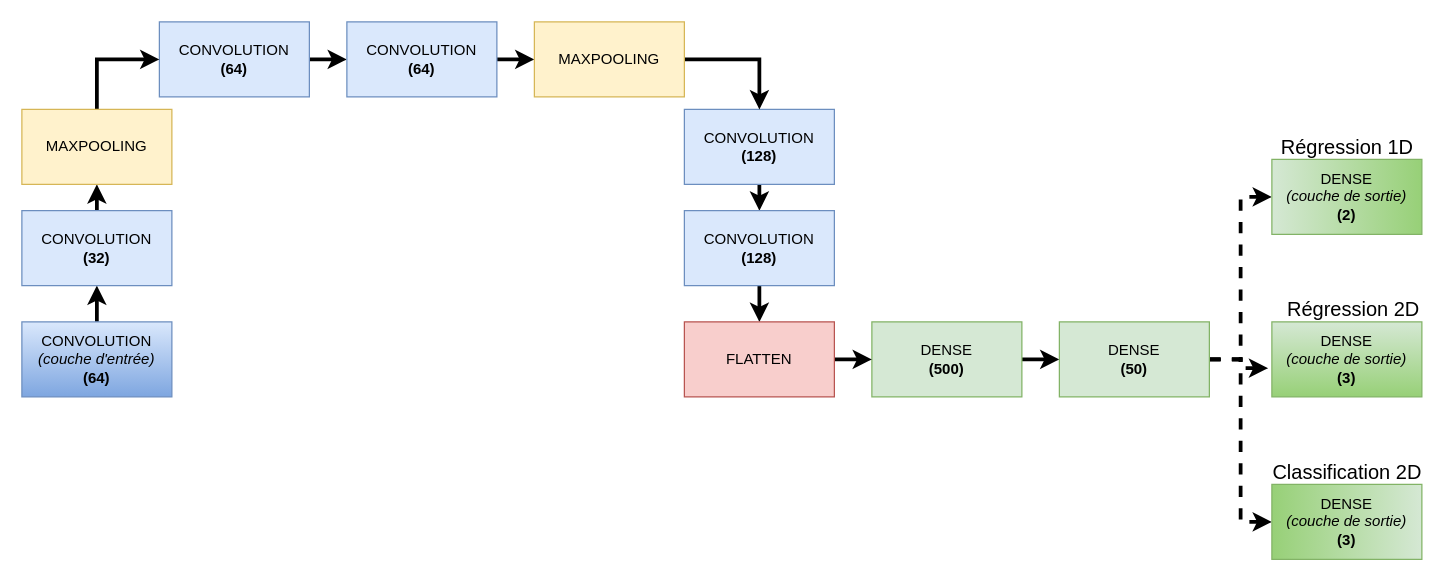
The draw.io diagram page "Page-1" (1 of 2) of doc/presentation/Figures/DRNNVert2.drawio in ddrous/projet-inverse-2d, before the edit. Source tidied: cells renumbered, new cells numbered last; positions are measured from the earlier drawing's top-left corner, leaving out a move shared by most shapes. Both pictures are drawn from the tidied source at 125%, with x=0, y=0 at pixel (21, 21).
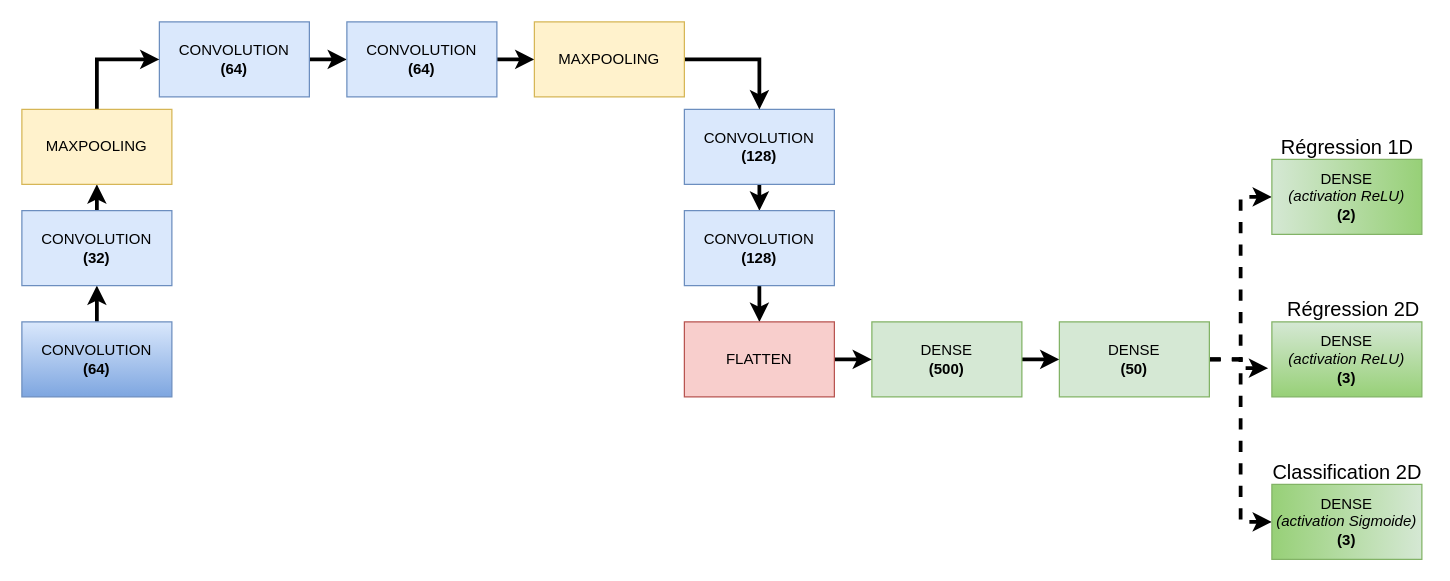
After the change.

Change to the diagram source:
```diff
@@
-    <mxCell id="3" value="&lt;font face=&quot;Iwona&quot;&gt;CONVOLUTION&lt;br&gt;&lt;i&gt;(couche d'entrée)&lt;/i&gt;&lt;br&gt;&lt;b&gt;(64)&lt;/b&gt;&lt;br&gt;&lt;/font&gt;" style="rounded=0;whiteSpace=wrap;html=1;rotation=0;fillColor=#dae8fc;strokeColor=#6c8ebf;gradientColor=#7ea6e0;" parent="1" vertex="1">
+    <mxCell id="3" value="&lt;font face=&quot;Iwona&quot;&gt;CONVOLUTION&lt;br&gt;&lt;b&gt;(64)&lt;/b&gt;&lt;br&gt;&lt;/font&gt;" style="rounded=0;whiteSpace=wrap;html=1;rotation=0;fillColor=#dae8fc;strokeColor=#6c8ebf;gradientColor=#7ea6e0;" parent="1" vertex="1">
       <mxGeometry y="240" width="120" height="60" as="geometry" />
     </mxCell>
@@
-    <mxCell id="22" value="&lt;font face=&quot;Iwona&quot;&gt;DENSE&lt;br&gt;&lt;i&gt;(couche de sortie)&lt;br&gt;&lt;/i&gt;&lt;/font&gt;&lt;b style=&quot;font-family: &amp;#34;iwona&amp;#34;&quot;&gt;(2)&lt;/b&gt;&lt;font face=&quot;Iwona&quot;&gt;&lt;i&gt;&lt;br&gt;&lt;/i&gt;&lt;/font&gt;" style="rounded=0;whiteSpace=wrap;html=1;rotation=0;fillColor=#d5e8d4;strokeColor=#82b366;gradientColor=#97d077;gradientDirection=east;" parent="1" vertex="1">
+    <mxCell id="22" value="&lt;font face=&quot;Iwona&quot;&gt;DENSE&lt;br&gt;&lt;i&gt;(activation ReLU)&lt;br&gt;&lt;/i&gt;&lt;/font&gt;&lt;b style=&quot;font-family: &amp;#34;iwona&amp;#34;&quot;&gt;(2)&lt;/b&gt;&lt;font face=&quot;Iwona&quot;&gt;&lt;i&gt;&lt;br&gt;&lt;/i&gt;&lt;/font&gt;" style="rounded=0;whiteSpace=wrap;html=1;rotation=0;fillColor=#d5e8d4;strokeColor=#82b366;gradientColor=#97d077;gradientDirection=east;" parent="1" vertex="1">
       <mxGeometry x="1000" y="110" width="120" height="60" as="geometry" />
     </mxCell>
@@
-    <mxCell id="27" value="&lt;font face=&quot;Iwona&quot;&gt;DENSE&lt;br&gt;&lt;i&gt;(couche de sortie)&lt;br&gt;&lt;/i&gt;&lt;/font&gt;&lt;b style=&quot;font-family: &amp;#34;iwona&amp;#34;&quot;&gt;(3)&lt;/b&gt;&lt;font face=&quot;Iwona&quot;&gt;&lt;i&gt;&lt;br&gt;&lt;/i&gt;&lt;/font&gt;" style="rounded=0;whiteSpace=wrap;html=1;rotation=0;fillColor=#d5e8d4;strokeColor=#82b366;gradientColor=#97d077;" parent="1" vertex="1">
+    <mxCell id="27" value="&lt;font face=&quot;Iwona&quot;&gt;DENSE&lt;br&gt;&lt;/font&gt;&lt;i style=&quot;font-family: &amp;#34;iwona&amp;#34;&quot;&gt;(activation ReLU)&lt;/i&gt;&lt;font face=&quot;Iwona&quot;&gt;&lt;i&gt;&lt;br&gt;&lt;/i&gt;&lt;/font&gt;&lt;b style=&quot;font-family: &amp;#34;iwona&amp;#34;&quot;&gt;(3)&lt;/b&gt;&lt;font face=&quot;Iwona&quot;&gt;&lt;i&gt;&lt;br&gt;&lt;/i&gt;&lt;/font&gt;" style="rounded=0;whiteSpace=wrap;html=1;rotation=0;fillColor=#d5e8d4;strokeColor=#82b366;gradientColor=#97d077;" parent="1" vertex="1">
       <mxGeometry x="1000" y="240" width="120" height="60" as="geometry" />
     </mxCell>
-    <mxCell id="28" value="&lt;font face=&quot;Iwona&quot;&gt;DENSE&lt;br&gt;&lt;i&gt;(couche de sortie)&lt;br&gt;&lt;/i&gt;&lt;/font&gt;&lt;b style=&quot;font-family: &amp;#34;iwona&amp;#34;&quot;&gt;(3)&lt;/b&gt;&lt;font face=&quot;Iwona&quot;&gt;&lt;i&gt;&lt;br&gt;&lt;/i&gt;&lt;/font&gt;" style="rounded=0;whiteSpace=wrap;html=1;rotation=0;fillColor=#d5e8d4;strokeColor=#82b366;gradientColor=#97d077;gradientDirection=west;" parent="1" vertex="1">
+    <mxCell id="28" value="&lt;font face=&quot;Iwona&quot;&gt;DENSE&lt;br&gt;&lt;/font&gt;&lt;i style=&quot;font-family: &amp;#34;iwona&amp;#34;&quot;&gt;(activation Sigmoide)&lt;/i&gt;&lt;font face=&quot;Iwona&quot;&gt;&lt;i&gt;&lt;br&gt;&lt;/i&gt;&lt;/font&gt;&lt;b style=&quot;font-family: &amp;#34;iwona&amp;#34;&quot;&gt;(3)&lt;/b&gt;&lt;font face=&quot;Iwona&quot;&gt;&lt;i&gt;&lt;br&gt;&lt;/i&gt;&lt;/font&gt;" style="rounded=0;whiteSpace=wrap;html=1;rotation=0;fillColor=#d5e8d4;strokeColor=#82b366;gradientColor=#97d077;gradientDirection=west;" parent="1" vertex="1">
       <mxGeometry x="1000" y="370" width="120" height="60" as="geometry" />
     </mxCell>
```
